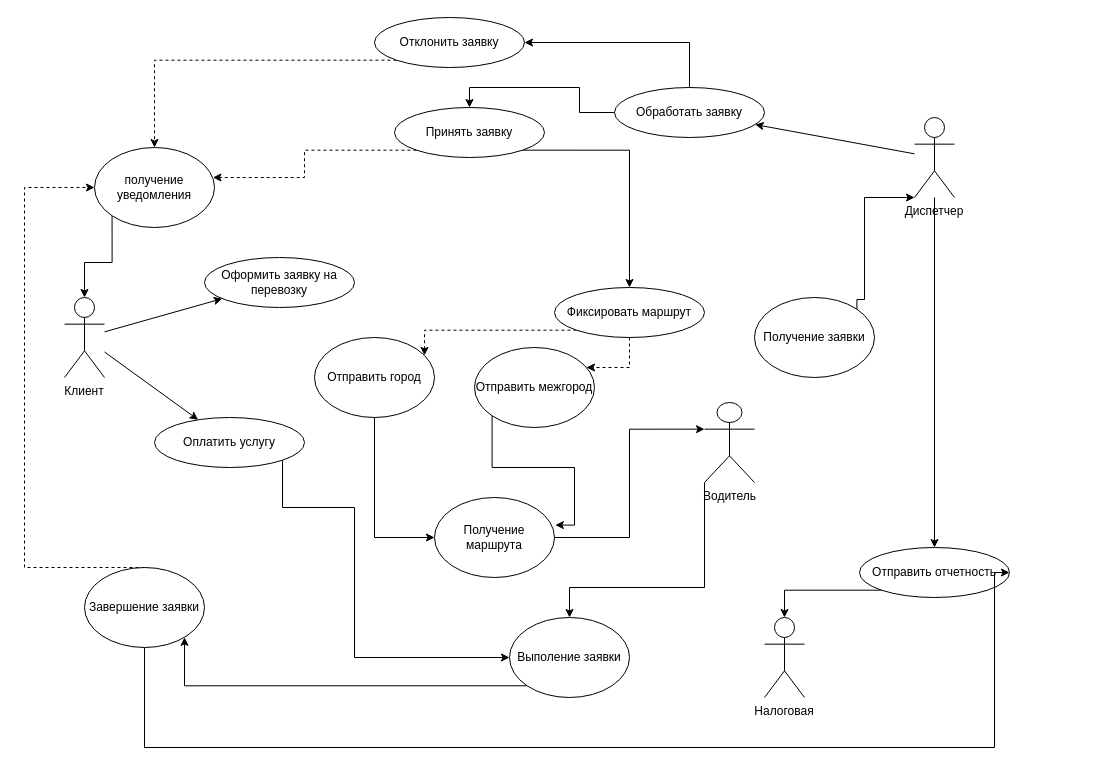
The draw.io diagram Диаграмма без названия.drawio in MOLLIP-merzota/-, before the edit. Source tidied: cells renumbered, new cells numbered last; positions are measured from the earlier drawing's top-left corner, leaving out a move shared by most shapes. Both pictures are drawn from the tidied source at 100%, with x=0, y=0 at pixel (24, 17).
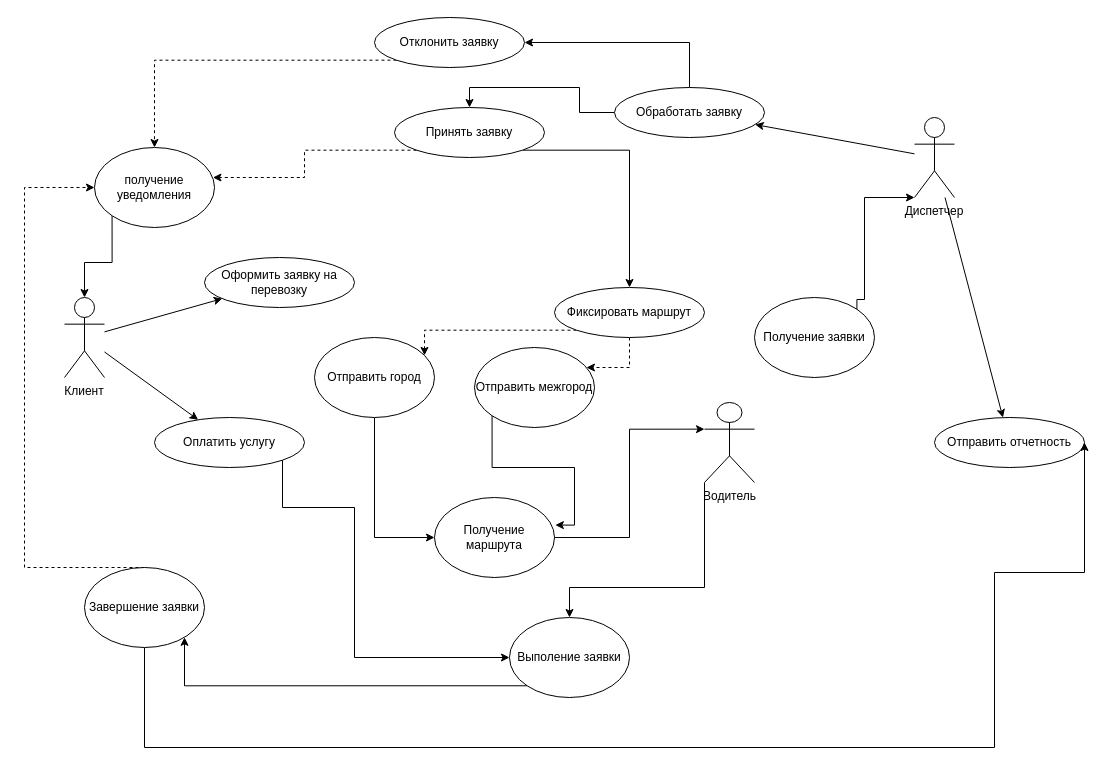
The same diagram, later.

Diff of the diagram source:
```diff
@@
-    <mxCell id="4" value="Налоговая" style="shape=umlActor;verticalLabelPosition=bottom;verticalAlign=top;" parent="1" vertex="1">
-      <mxGeometry x="740" y="600" width="40" height="80" as="geometry" />
-    </mxCell>
@@
-    <mxCell id="16" style="edgeStyle=orthogonalEdgeStyle;rounded=0;jettySize=auto;html=1;exitX=1;exitY=1;exitDx=0;exitDy=0;" parent="1" edge="1" source="17" target="4">
-      <mxGeometry relative="1" as="geometry" />
-    </mxCell>
     <mxCell id="17" value="Отправить отчетность" style="ellipse;whiteSpace=wrap;" parent="1" vertex="1">
-      <mxGeometry x="835" y="530" width="150" height="50" as="geometry" />
+      <mxGeometry x="910" y="400" width="150" height="50" as="geometry" />
     </mxCell>
```
